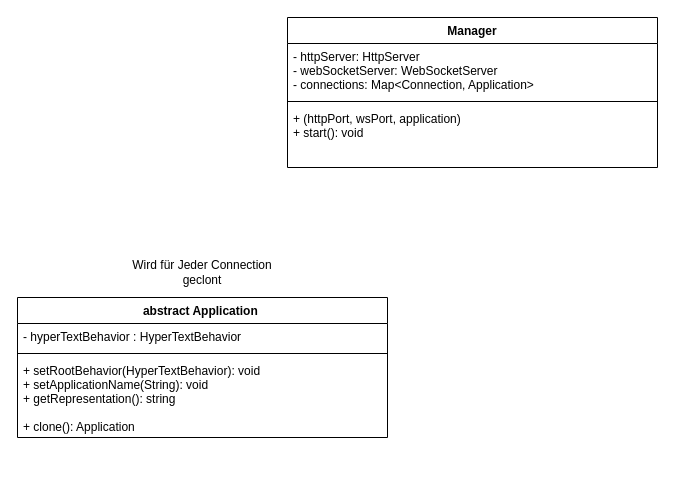
Above: page "ServerHandling" (3 of 3) of plan/WebJ.drawio in VelocityPackage/webJ (draw.io), before the change. Source tidied: cells renumbered, new cells numbered last; positions are measured from the earlier drawing's top-left corner, leaving out a move shared by most shapes. Both pictures are drawn from the tidied source at 100%, with x=0, y=0 at pixel (17, 17).
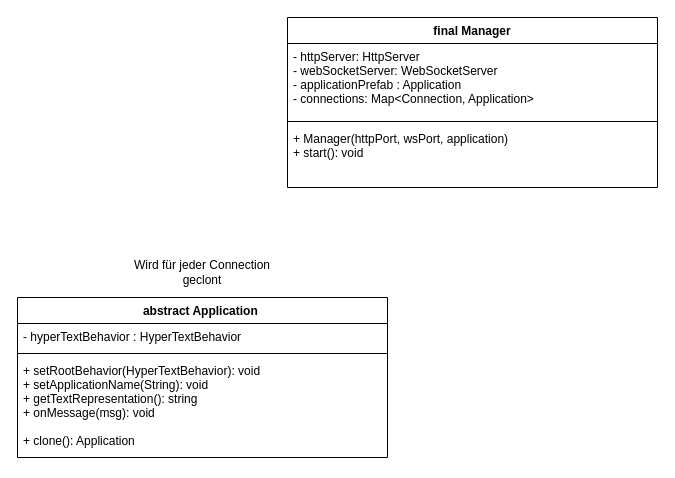
After the change.

The edit, as a diff of the source:
```diff
@@
 <mxGraphModel>
   <root>
     <mxCell id="0" />
     <mxCell id="1" parent="0" />
     <mxCell id="2" value="abstract Application " style="swimlane;fontStyle=1;align=center;verticalAlign=top;horizontal=1;startSize=26;" parent="1" vertex="1">
-      <mxGeometry y="280" width="370" height="140" as="geometry" />
+      <mxGeometry y="280" width="370" height="160" as="geometry" />
     </mxCell>
     <mxCell id="3" value="- hyperTextBehavior : HyperTextBehavior" style="text;strokeColor=none;fillColor=none;align=left;verticalAlign=top;spacingLeft=4;spacingRight=4;overflow=hidden;" parent="2" vertex="1">
       <mxGeometry y="26" width="370" height="26" as="geometry" />
     </mxCell>
     <mxCell id="4" style="line;strokeWidth=1;fillColor=none;align=left;verticalAlign=middle;spacingTop=-1;spacingLeft=3;spacingRight=3;labelPosition=right;" parent="2" vertex="1">
       <mxGeometry y="52" width="370" height="8" as="geometry" />
     </mxCell>
-    <mxCell id="5" value="+ setRootBehavior(HyperTextBehavior): void&#10;+ setApplicationName(String): void&#10;+ getRepresentation(): string&#10;&#10;+ clone(): Application" style="text;strokeColor=none;fillColor=none;align=left;verticalAlign=top;spacingLeft=4;spacingRight=4;overflow=hidden;" parent="2" vertex="1">
-      <mxGeometry y="60" width="370" height="80" as="geometry" />
+    <mxCell id="5" value="+ setRootBehavior(HyperTextBehavior): void&#10;+ setApplicationName(String): void&#10;+ getTextRepresentation(): string&#10;+ onMessage(msg): void&#10;&#10;+ clone(): Application" style="text;strokeColor=none;fillColor=none;align=left;verticalAlign=top;spacingLeft=4;spacingRight=4;overflow=hidden;" parent="2" vertex="1">
+      <mxGeometry y="60" width="370" height="100" as="geometry" />
     </mxCell>
-    <mxCell id="6" value="Wird für Jeder Connection geclont" style="text;html=1;strokeColor=none;fillColor=none;align=center;verticalAlign=middle;whiteSpace=wrap;rounded=0;" parent="1" vertex="1">
+    <mxCell id="6" value="Wird für jeder Connection geclont" style="text;html=1;strokeColor=none;fillColor=none;align=center;verticalAlign=middle;whiteSpace=wrap;rounded=0;" parent="1" vertex="1">
       <mxGeometry x="100" y="240" width="170" height="30" as="geometry" />
     </mxCell>
-    <mxCell id="7" value="Manager" style="swimlane;fontStyle=1;align=center;verticalAlign=top;horizontal=1;startSize=26;" parent="1" vertex="1">
-      <mxGeometry x="270" width="370" height="150" as="geometry" />
+    <mxCell id="7" value="final Manager" style="swimlane;fontStyle=1;align=center;verticalAlign=top;horizontal=1;startSize=26;" parent="1" vertex="1">
+      <mxGeometry x="270" width="370" height="170" as="geometry" />
     </mxCell>
-    <mxCell id="8" value="- httpServer: HttpServer&#10;- webSocketServer: WebSocketServer&#10;- connections: Map&lt;Connection, Application&gt;" style="text;strokeColor=none;fillColor=none;align=left;verticalAlign=top;spacingLeft=4;spacingRight=4;overflow=hidden;" parent="7" vertex="1">
-      <mxGeometry y="26" width="370" height="54" as="geometry" />
+    <mxCell id="8" value="- httpServer: HttpServer&#10;- webSocketServer: WebSocketServer&#10;- applicationPrefab : Application&#10;- connections: Map&lt;Connection, Application&gt;" style="text;strokeColor=none;fillColor=none;align=left;verticalAlign=top;spacingLeft=4;spacingRight=4;overflow=hidden;" parent="7" vertex="1">
+      <mxGeometry y="26" width="370" height="74" as="geometry" />
     </mxCell>
     <mxCell id="9" style="line;strokeWidth=1;fillColor=none;align=left;verticalAlign=middle;spacingTop=-1;spacingLeft=3;spacingRight=3;labelPosition=right;" parent="7" vertex="1">
-      <mxGeometry y="80" width="370" height="8" as="geometry" />
+      <mxGeometry y="100" width="370" height="8" as="geometry" />
     </mxCell>
-    <mxCell id="10" value="+ (httpPort, wsPort, application)&#10;+ start(): void" style="text;strokeColor=none;fillColor=none;align=left;verticalAlign=top;spacingLeft=4;spacingRight=4;overflow=hidden;" parent="7" vertex="1">
-      <mxGeometry y="88" width="370" height="62" as="geometry" />
+    <mxCell id="10" value="+ Manager(httpPort, wsPort, application)&#10;+ start(): void" style="text;strokeColor=none;fillColor=none;align=left;verticalAlign=top;spacingLeft=4;spacingRight=4;overflow=hidden;" parent="7" vertex="1">
+      <mxGeometry y="108" width="370" height="62" as="geometry" />
     </mxCell>
   </root>
 </mxGraphModel>
```
